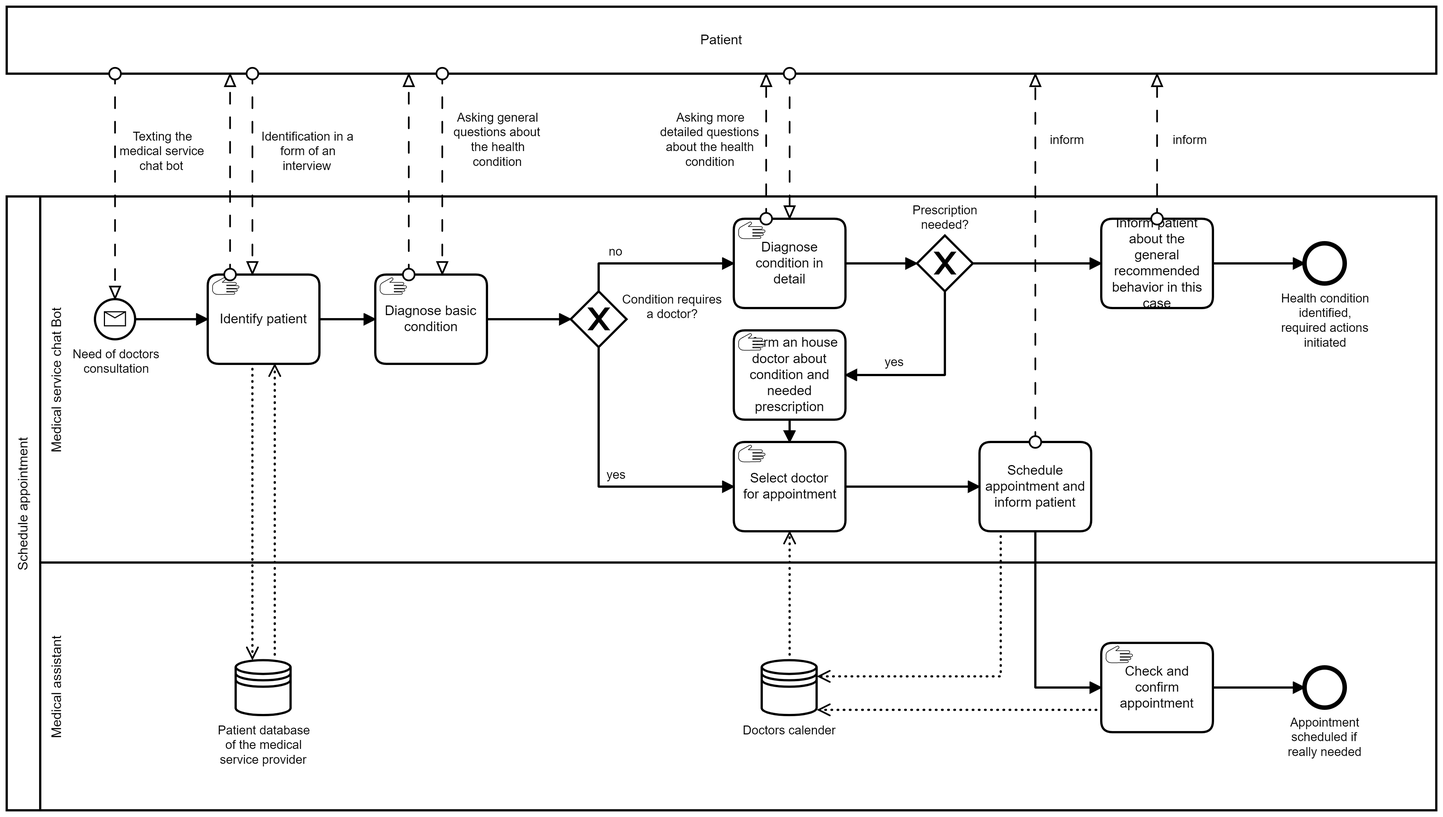
DigiBP/DigiBP_Burrata keeps this BPMN diagram as images/wiki/TO-BE_Process_first_contact.png. Above is the earlier version. Its source is kept beside it as TO-BE Process/TO-BE_Process_first_contact.bpmn. Ids are renumbered.
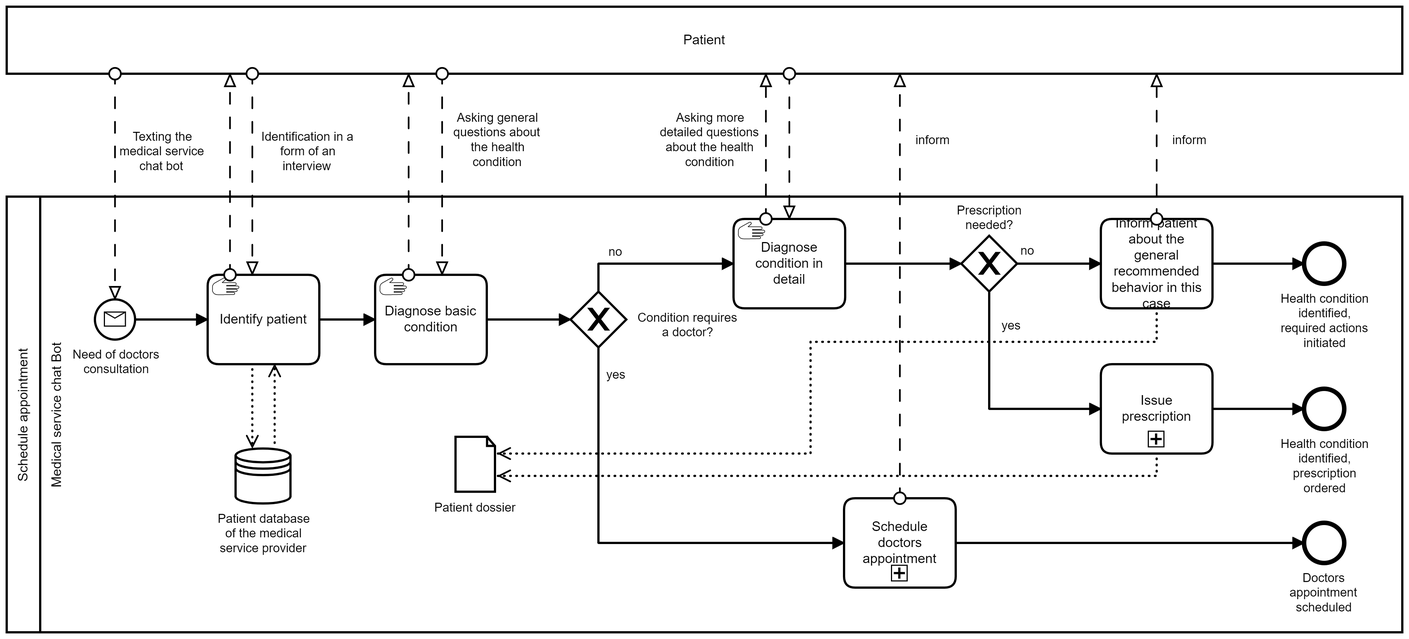
After the change.

Commit message:
to-be process after discussion

The edit, as a diff of the source:
```diff
@@ -10,7 +10,7 @@
     <bpmn:messageFlow id="MessageFlow_n14" name="Asking more detailed questions about the health condition" sourceRef="Task_n15" targetRef="Participant_n5" />
     <bpmn:messageFlow id="MessageFlow_n16" sourceRef="Participant_n5" targetRef="Task_n15" />
     <bpmn:messageFlow id="MessageFlow_n17" name="inform" sourceRef="Task_n18" targetRef="Participant_n5" />
-    <bpmn:messageFlow id="MessageFlow_n19" name="inform" sourceRef="Task_n20" targetRef="Participant_n5" />
+    <bpmn:messageFlow id="MessageFlow_n54" name="inform" sourceRef="Task_n55" targetRef="Participant_n5" />
   </bpmn:collaboration>
   <bpmn:process id="Process_n4" isExecutable="true">
     <bpmn:laneSet id="LaneSet_n21">
@@ -20,16 +20,13 @@
         <bpmn:flowNodeRef>ExclusiveGateway_n23</bpmn:flowNodeRef>
         <bpmn:flowNodeRef>StartEvent_n7</bpmn:flowNodeRef>
         <bpmn:flowNodeRef>Task_n15</bpmn:flowNodeRef>
-        <bpmn:flowNodeRef>Task_n24</bpmn:flowNodeRef>
         <bpmn:flowNodeRef>Task_n18</bpmn:flowNodeRef>
         <bpmn:flowNodeRef>EndEvent_n25</bpmn:flowNodeRef>
+        <bpmn:flowNodeRef>EndEvent_n56</bpmn:flowNodeRef>
         <bpmn:flowNodeRef>Task_n26</bpmn:flowNodeRef>
-        <bpmn:flowNodeRef>Task_n20</bpmn:flowNodeRef>
+        <bpmn:flowNodeRef>EndEvent_n57</bpmn:flowNodeRef>
         <bpmn:flowNodeRef>ExclusiveGateway_n27</bpmn:flowNodeRef>
-      </bpmn:lane>
-      <bpmn:lane id="Lane_n28" name="Medical assistant">
-        <bpmn:flowNodeRef>EndEvent_n29</bpmn:flowNodeRef>
-        <bpmn:flowNodeRef>Task_n30</bpmn:flowNodeRef>
+        <bpmn:flowNodeRef>Task_n55</bpmn:flowNodeRef>
       </bpmn:lane>
     </bpmn:laneSet>
     <bpmn:sequenceFlow id="SequenceFlow_n31" sourceRef="StartEvent_n7" targetRef="Task_n12" />
@@ -50,16 +47,12 @@
       <bpmn:incoming>SequenceFlow_n32</bpmn:incoming>
       <bpmn:outgoing>SequenceFlow_n37</bpmn:outgoing>
     </bpmn:manualTask>
-    <bpmn:sequenceFlow id="SequenceFlow_n38" sourceRef="Task_n24" targetRef="Task_n20" />
-    <bpmn:sequenceFlow id="SequenceFlow_n39" sourceRef="Task_n20" targetRef="Task_n30" />
-    <bpmn:sequenceFlow id="SequenceFlow_n40" sourceRef="Task_n30" targetRef="EndEvent_n29" />
     <bpmn:exclusiveGateway id="ExclusiveGateway_n23" name="Condition requires a doctor?">
       <bpmn:incoming>SequenceFlow_n37</bpmn:incoming>
-      <bpmn:outgoing>SequenceFlow_n41</bpmn:outgoing>
       <bpmn:outgoing>SequenceFlow_n42</bpmn:outgoing>
+      <bpmn:outgoing>SequenceFlow_n58</bpmn:outgoing>
     </bpmn:exclusiveGateway>
     <bpmn:sequenceFlow id="SequenceFlow_n37" sourceRef="Task_n9" targetRef="ExclusiveGateway_n23" />
-    <bpmn:sequenceFlow id="SequenceFlow_n41" name="yes" sourceRef="ExclusiveGateway_n23" targetRef="Task_n24" />
     <bpmn:startEvent id="StartEvent_n7" name="Need of doctors consultation">
       <bpmn:outgoing>SequenceFlow_n31</bpmn:outgoing>
       <bpmn:messageEventDefinition id="MessageEventDefinition_n43" />
@@ -71,62 +64,54 @@
     </bpmn:manualTask>
     <bpmn:sequenceFlow id="SequenceFlow_n44" sourceRef="Task_n15" targetRef="ExclusiveGateway_n27" />
     <bpmn:sequenceFlow id="SequenceFlow_n45" name="yes" sourceRef="ExclusiveGateway_n27" targetRef="Task_n26" />
-    <bpmn:sequenceFlow id="SequenceFlow_n46" sourceRef="ExclusiveGateway_n27" targetRef="Task_n18" />
-    <bpmn:dataStoreReference id="DataStoreReference_n35" name="Patient database of the medical service provider" />
-    <bpmn:manualTask id="Task_n24" name="Select doctor for appointment">
-      <bpmn:incoming>SequenceFlow_n41</bpmn:incoming>
-      <bpmn:incoming>SequenceFlow_n47</bpmn:incoming>
-      <bpmn:outgoing>SequenceFlow_n38</bpmn:outgoing>
-      <bpmn:property id="Property_n48" name="__targetRef_placeholder" />
-      <bpmn:dataInputAssociation id="DataInputAssociation_n49">
-        <bpmn:sourceRef>DataStoreReference_n50</bpmn:sourceRef>
-        <bpmn:targetRef>Property_n48</bpmn:targetRef>
-      </bpmn:dataInputAssociation>
-    </bpmn:manualTask>
-    <bpmn:sequenceFlow id="SequenceFlow_n47" sourceRef="Task_n26" targetRef="Task_n24" />
+    <bpmn:sequenceFlow id="SequenceFlow_n46" name="no" sourceRef="ExclusiveGateway_n27" targetRef="Task_n18" />
     <bpmn:task id="Task_n18" name="Inform patient about the general recommended behavior in this case">
       <bpmn:incoming>SequenceFlow_n46</bpmn:incoming>
       <bpmn:outgoing>SequenceFlow_n51</bpmn:outgoing>
+      <bpmn:dataOutputAssociation id="DataOutputAssociation_n59">
+        <bpmn:targetRef>DataObjectReference_n60</bpmn:targetRef>
+      </bpmn:dataOutputAssociation>
     </bpmn:task>
     <bpmn:endEvent id="EndEvent_n25" name="Health condition identified, required actions initiated">
       <bpmn:incoming>SequenceFlow_n51</bpmn:incoming>
     </bpmn:endEvent>
     <bpmn:sequenceFlow id="SequenceFlow_n51" sourceRef="Task_n18" targetRef="EndEvent_n25" />
-    <bpmn:endEvent id="EndEvent_n29" name="Appointment scheduled if really needed">
-      <bpmn:incoming>SequenceFlow_n40</bpmn:incoming>
+    <bpmn:sequenceFlow id="SequenceFlow_n61" sourceRef="Task_n26" targetRef="EndEvent_n56" />
+    <bpmn:endEvent id="EndEvent_n56" name="Health condition identified, prescription ordered">
+      <bpmn:incoming>SequenceFlow_n61</bpmn:incoming>
     </bpmn:endEvent>
-    <bpmn:manualTask id="Task_n26" name="Inform an house doctor about condition and needed prescription">
+    <bpmn:subProcess id="Task_n26" name="Issue prescription">
       <bpmn:incoming>SequenceFlow_n45</bpmn:incoming>
-      <bpmn:outgoing>SequenceFlow_n47</bpmn:outgoing>
-    </bpmn:manualTask>
-    <bpmn:task id="Task_n20" name="Schedule appointment and inform patient">
-      <bpmn:incoming>SequenceFlow_n38</bpmn:incoming>
-      <bpmn:outgoing>SequenceFlow_n39</bpmn:outgoing>
-      <bpmn:dataOutputAssociation id="DataOutputAssociation_n52">
-        <bpmn:targetRef>DataStoreReference_n50</bpmn:targetRef>
+      <bpmn:outgoing>SequenceFlow_n61</bpmn:outgoing>
+      <bpmn:dataOutputAssociation id="DataOutputAssociation_n62">
+        <bpmn:targetRef>DataObjectReference_n60</bpmn:targetRef>
       </bpmn:dataOutputAssociation>
-    </bpmn:task>
-    <bpmn:dataStoreReference id="DataStoreReference_n50" name="Doctors calender" />
+    </bpmn:subProcess>
+    <bpmn:sequenceFlow id="SequenceFlow_n58" name="yes" sourceRef="ExclusiveGateway_n23" targetRef="Task_n55" />
+    <bpmn:sequenceFlow id="SequenceFlow_n63" sourceRef="Task_n55" targetRef="EndEvent_n57" />
+    <bpmn:dataStoreReference id="DataStoreReference_n35" name="Patient database of the medical service provider" />
+    <bpmn:endEvent id="EndEvent_n57" name="Doctors appointment scheduled">
+      <bpmn:incoming>SequenceFlow_n63</bpmn:incoming>
+    </bpmn:endEvent>
     <bpmn:exclusiveGateway id="ExclusiveGateway_n27" name="Prescription needed?">
       <bpmn:incoming>SequenceFlow_n44</bpmn:incoming>
       <bpmn:outgoing>SequenceFlow_n45</bpmn:outgoing>
       <bpmn:outgoing>SequenceFlow_n46</bpmn:outgoing>
     </bpmn:exclusiveGateway>
-    <bpmn:manualTask id="Task_n30" name="Check and confirm appointment">
-      <bpmn:incoming>SequenceFlow_n39</bpmn:incoming>
-      <bpmn:outgoing>SequenceFlow_n40</bpmn:outgoing>
-      <bpmn:dataOutputAssociation id="DataOutputAssociation_n53">
-        <bpmn:targetRef>DataStoreReference_n50</bpmn:targetRef>
-      </bpmn:dataOutputAssociation>
-    </bpmn:manualTask>
+    <bpmn:subProcess id="Task_n55" name="Schedule doctors appointment">
+      <bpmn:incoming>SequenceFlow_n58</bpmn:incoming>
+      <bpmn:outgoing>SequenceFlow_n63</bpmn:outgoing>
+    </bpmn:subProcess>
+    <bpmn:dataObjectReference id="DataObjectReference_n60" name="Patient dossier" dataObjectRef="DataObject_n64" />
+    <bpmn:dataObject id="DataObject_n64" />
   </bpmn:process>
   <bpmndi:BPMNDiagram id="BPMNDiagram_1">
     <bpmndi:BPMNPlane id="BPMNPlane_1" bpmnElement="Collaboration_n2">
       <bpmndi:BPMNShape id="Participant_n3_di" bpmnElement="Participant_n3" isHorizontal="true">
-        <dc:Bounds x="160" y="250" width="1280" height="550" />
+        <dc:Bounds x="160" y="250" width="1250" height="390" />
       </bpmndi:BPMNShape>
       <bpmndi:BPMNShape id="Participant_n5_di" bpmnElement="Participant_n5" isHorizontal="true">
-        <dc:Bounds x="160" y="80" width="1280" height="60" />
+        <dc:Bounds x="160" y="80" width="1250" height="60" />
       </bpmndi:BPMNShape>
       <bpmndi:BPMNShape id="StartEvent_n7_di" bpmnElement="StartEvent_n7">
         <dc:Bounds x="239" y="342" width="36" height="36" />
@@ -142,10 +127,7 @@
         </bpmndi:BPMNLabel>
       </bpmndi:BPMNEdge>
       <bpmndi:BPMNShape id="Lane_n22_di" bpmnElement="Lane_n22" isHorizontal="true">
-        <dc:Bounds x="190" y="250" width="1250" height="328" />
-      </bpmndi:BPMNShape>
-      <bpmndi:BPMNShape id="Lane_n28_di" bpmnElement="Lane_n28" isHorizontal="true">
-        <dc:Bounds x="190" y="578" width="1250" height="222" />
+        <dc:Bounds x="190" y="250" width="1220" height="390" />
       </bpmndi:BPMNShape>
       <bpmndi:BPMNShape id="ManualTask_1gjhwwp_di" bpmnElement="Task_n12">
         <dc:Bounds x="340" y="320" width="100" height="80" />
@@ -161,22 +143,6 @@
         <di:waypoint x="440" y="360" />
         <di:waypoint x="490" y="360" />
       </bpmndi:BPMNEdge>
-      <bpmndi:BPMNShape id="ManualTask_0tfhvra_di" bpmnElement="Task_n24">
-        <dc:Bounds x="811" y="470" width="100" height="80" />
-      </bpmndi:BPMNShape>
-      <bpmndi:BPMNShape id="Task_n20_di" bpmnElement="Task_n20">
-        <dc:Bounds x="1031" y="470" width="100" height="80" />
-      </bpmndi:BPMNShape>
-      <bpmndi:BPMNEdge id="SequenceFlow_n38_di" bpmnElement="SequenceFlow_n38">
-        <di:waypoint x="911" y="510" />
-        <di:waypoint x="1031" y="510" />
-      </bpmndi:BPMNEdge>
-      <bpmndi:BPMNShape id="DataStoreReference_n50_di" bpmnElement="DataStoreReference_n50">
-        <dc:Bounds x="836" y="665" width="50" height="50" />
-        <bpmndi:BPMNLabel>
-          <dc:Bounds x="819" y="722" width="85" height="14" />
-        </bpmndi:BPMNLabel>
-      </bpmndi:BPMNShape>
       <bpmndi:BPMNEdge id="MessageFlow_n8_di" bpmnElement="MessageFlow_n8">
         <di:waypoint x="520" y="320" />
         <di:waypoint x="520" y="140" />
@@ -200,54 +166,28 @@
         <di:waypoint x="380" y="320" />
       </bpmndi:BPMNEdge>
       <bpmndi:BPMNShape id="DataStoreReference_n35_di" bpmnElement="DataStoreReference_n35">
-        <dc:Bounds x="365" y="665" width="50" height="50" />
+        <dc:Bounds x="365" y="475" width="50" height="50" />
         <bpmndi:BPMNLabel>
-          <dc:Bounds x="349" y="722" width="83" height="40" />
+          <dc:Bounds x="349" y="532" width="83" height="40" />
         </bpmndi:BPMNLabel>
       </bpmndi:BPMNShape>
       <bpmndi:BPMNEdge id="DataOutputAssociation_n36_di" bpmnElement="DataOutputAssociation_n36">
         <di:waypoint x="380" y="400" />
-        <di:waypoint x="380" y="665" />
+        <di:waypoint x="380" y="475" />
       </bpmndi:BPMNEdge>
       <bpmndi:BPMNEdge id="DataInputAssociation_n34_di" bpmnElement="DataInputAssociation_n34">
-        <di:waypoint x="400" y="665" />
+        <di:waypoint x="400" y="475" />
         <di:waypoint x="400" y="400" />
-      </bpmndi:BPMNEdge>
-      <bpmndi:BPMNShape id="ManualTask_02t8uai_di" bpmnElement="Task_n30">
-        <dc:Bounds x="1140" y="650" width="100" height="80" />
-      </bpmndi:BPMNShape>
-      <bpmndi:BPMNEdge id="SequenceFlow_n39_di" bpmnElement="SequenceFlow_n39">
-        <di:waypoint x="1081" y="550" />
-        <di:waypoint x="1081" y="690" />
-        <di:waypoint x="1140" y="690" />
-      </bpmndi:BPMNEdge>
-      <bpmndi:BPMNShape id="EndEvent_n29_di" bpmnElement="EndEvent_n29">
-        <dc:Bounds x="1322" y="672" width="36" height="36" />
-        <bpmndi:BPMNLabel>
-          <dc:Bounds x="1307" y="715" width="67" height="40" />
-        </bpmndi:BPMNLabel>
-      </bpmndi:BPMNShape>
-      <bpmndi:BPMNEdge id="SequenceFlow_n40_di" bpmnElement="SequenceFlow_n40">
-        <di:waypoint x="1240" y="690" />
-        <di:waypoint x="1322" y="690" />
       </bpmndi:BPMNEdge>
       <bpmndi:BPMNShape id="ExclusiveGateway_n23_di" bpmnElement="ExclusiveGateway_n23" isMarkerVisible="true">
         <dc:Bounds x="665" y="335" width="50" height="50" />
         <bpmndi:BPMNLabel>
-          <dc:Bounds x="711" y="335.5" width="90" height="27" />
+          <dc:Bounds x="725" y="352" width="90" height="27" />
         </bpmndi:BPMNLabel>
       </bpmndi:BPMNShape>
       <bpmndi:BPMNEdge id="SequenceFlow_n37_di" bpmnElement="SequenceFlow_n37">
         <di:waypoint x="590" y="360" />
         <di:waypoint x="665" y="360" />
-      </bpmndi:BPMNEdge>
-      <bpmndi:BPMNEdge id="SequenceFlow_n41_di" bpmnElement="SequenceFlow_n41">
-        <di:waypoint x="690" y="385" />
-        <di:waypoint x="690" y="510" />
-        <di:waypoint x="811" y="510" />
-        <bpmndi:BPMNLabel>
-          <dc:Bounds x="697" y="493" width="17" height="14" />
-        </bpmndi:BPMNLabel>
       </bpmndi:BPMNEdge>
       <bpmndi:BPMNEdge id="SequenceFlow_n42_di" bpmnElement="SequenceFlow_n42">
         <di:waypoint x="690" y="335" />
@@ -272,36 +212,32 @@
         <dc:Bounds x="811" y="270" width="100" height="80" />
       </bpmndi:BPMNShape>
       <bpmndi:BPMNShape id="ExclusiveGateway_n27_di" bpmnElement="ExclusiveGateway_n27" isMarkerVisible="true">
-        <dc:Bounds x="975" y="285" width="50" height="50" />
+        <dc:Bounds x="1015" y="285" width="50" height="50" />
         <bpmndi:BPMNLabel>
-          <dc:Bounds x="971" y="256" width="59" height="27" />
+          <dc:Bounds x="1011" y="256" width="59" height="27" />
         </bpmndi:BPMNLabel>
       </bpmndi:BPMNShape>
       <bpmndi:BPMNEdge id="SequenceFlow_n44_di" bpmnElement="SequenceFlow_n44">
         <di:waypoint x="911" y="310" />
-        <di:waypoint x="975" y="310" />
+        <di:waypoint x="1015" y="310" />
       </bpmndi:BPMNEdge>
       <bpmndi:BPMNEdge id="SequenceFlow_n45_di" bpmnElement="SequenceFlow_n45">
-        <di:waypoint x="1000" y="335" />
-        <di:waypoint x="1000" y="410" />
-        <di:waypoint x="911" y="410" />
+        <di:waypoint x="1040" y="335" />
+        <di:waypoint x="1040" y="440" />
+        <di:waypoint x="1140" y="440" />
         <bpmndi:BPMNLabel>
-          <dc:Bounds x="946" y="392" width="17" height="14" />
+          <dc:Bounds x="1051" y="359" width="17" height="14" />
         </bpmndi:BPMNLabel>
       </bpmndi:BPMNEdge>
-      <bpmndi:BPMNShape id="ManualTask_09ymo5h_di" bpmnElement="Task_n26">
-        <dc:Bounds x="811" y="370" width="100" height="80" />
-      </bpmndi:BPMNShape>
       <bpmndi:BPMNShape id="Task_n18_di" bpmnElement="Task_n18">
         <dc:Bounds x="1140" y="270" width="100" height="80" />
       </bpmndi:BPMNShape>
       <bpmndi:BPMNEdge id="SequenceFlow_n46_di" bpmnElement="SequenceFlow_n46">
-        <di:waypoint x="1025" y="310" />
+        <di:waypoint x="1065" y="310" />
         <di:waypoint x="1140" y="310" />
-      </bpmndi:BPMNEdge>
-      <bpmndi:BPMNEdge id="SequenceFlow_n47_di" bpmnElement="SequenceFlow_n47">
-        <di:waypoint x="861" y="450" />
-        <di:waypoint x="861" y="470" />
+        <bpmndi:BPMNLabel>
+          <dc:Bounds x="1068" y="292" width="13" height="14" />
+        </bpmndi:BPMNLabel>
       </bpmndi:BPMNEdge>
       <bpmndi:BPMNShape id="EndEvent_n25_di" bpmnElement="EndEvent_n25">
         <dc:Bounds x="1322" y="292" width="36" height="36" />
@@ -320,25 +256,64 @@
           <dc:Bounds x="1204" y="193" width="31" height="14" />
         </bpmndi:BPMNLabel>
       </bpmndi:BPMNEdge>
-      <bpmndi:BPMNEdge id="DataInputAssociation_n49_di" bpmnElement="DataInputAssociation_n49">
-        <di:waypoint x="861" y="665" />
-        <di:waypoint x="861" y="550" />
+      <bpmndi:BPMNShape id="EndEvent_n56_di" bpmnElement="EndEvent_n56">
+        <dc:Bounds x="1322" y="422" width="36" height="36" />
+        <bpmndi:BPMNLabel>
+          <dc:Bounds x="1301" y="465" width="79" height="53" />
+        </bpmndi:BPMNLabel>
+      </bpmndi:BPMNShape>
+      <bpmndi:BPMNEdge id="SequenceFlow_n61_di" bpmnElement="SequenceFlow_n61">
+        <di:waypoint x="1240" y="440" />
+        <di:waypoint x="1322" y="440" />
       </bpmndi:BPMNEdge>
-      <bpmndi:BPMNEdge id="DataOutputAssociation_n52_di" bpmnElement="DataOutputAssociation_n52">
-        <di:waypoint x="1050" y="550" />
-        <di:waypoint x="1050" y="680" />
-        <di:waypoint x="886" y="680" />
-      </bpmndi:BPMNEdge>
-      <bpmndi:BPMNEdge id="MessageFlow_n19_di" bpmnElement="MessageFlow_n19">
-        <di:waypoint x="1081" y="470" />
-        <di:waypoint x="1081" y="140" />
+      <bpmndi:BPMNShape id="SubProcess_1psozlh_di" bpmnElement="Task_n26">
+        <dc:Bounds x="1140" y="400" width="100" height="80" />
+      </bpmndi:BPMNShape>
+      <bpmndi:BPMNEdge id="SequenceFlow_n58_di" bpmnElement="SequenceFlow_n58">
+        <di:waypoint x="690" y="385" />
+        <di:waypoint x="690" y="560" />
+        <di:waypoint x="910" y="560" />
         <bpmndi:BPMNLabel>
-          <dc:Bounds x="1094" y="193" width="31" height="14" />
+          <dc:Bounds x="697" y="403" width="17" height="14" />
         </bpmndi:BPMNLabel>
       </bpmndi:BPMNEdge>
-      <bpmndi:BPMNEdge id="DataOutputAssociation_n53_di" bpmnElement="DataOutputAssociation_n53">
-        <di:waypoint x="1140" y="710" />
-        <di:waypoint x="886" y="710" />
+      <bpmndi:BPMNShape id="SubProcess_0dh4i2m_di" bpmnElement="Task_n55">
+        <dc:Bounds x="910" y="520" width="100" height="80" />
+      </bpmndi:BPMNShape>
+      <bpmndi:BPMNShape id="EndEvent_n57_di" bpmnElement="EndEvent_n57">
+        <dc:Bounds x="1322" y="542" width="36" height="36" />
+        <bpmndi:BPMNLabel>
+          <dc:Bounds x="1309" y="585" width="62" height="40" />
+        </bpmndi:BPMNLabel>
+      </bpmndi:BPMNShape>
+      <bpmndi:BPMNEdge id="SequenceFlow_n63_di" bpmnElement="SequenceFlow_n63">
+        <di:waypoint x="1010" y="560" />
+        <di:waypoint x="1322" y="560" />
+      </bpmndi:BPMNEdge>
+      <bpmndi:BPMNEdge id="MessageFlow_n54_di" bpmnElement="MessageFlow_n54">
+        <di:waypoint x="960" y="520" />
+        <di:waypoint x="960" y="140" />
+        <bpmndi:BPMNLabel>
+          <dc:Bounds x="974" y="193" width="31" height="14" />
+        </bpmndi:BPMNLabel>
+      </bpmndi:BPMNEdge>
+      <bpmndi:BPMNShape id="DataObjectReference_n60_di" bpmnElement="DataObjectReference_n60">
+        <dc:Bounds x="562" y="465" width="36" height="50" />
+        <bpmndi:BPMNLabel>
+          <dc:Bounds x="543" y="522" width="75" height="14" />
+        </bpmndi:BPMNLabel>
+      </bpmndi:BPMNShape>
+      <bpmndi:BPMNEdge id="DataOutputAssociation_n62_di" bpmnElement="DataOutputAssociation_n62">
+        <di:waypoint x="1190" y="480" />
+        <di:waypoint x="1190" y="500" />
+        <di:waypoint x="600" y="500" />
+      </bpmndi:BPMNEdge>
+      <bpmndi:BPMNEdge id="DataOutputAssociation_n59_di" bpmnElement="DataOutputAssociation_n59">
+        <di:waypoint x="1190" y="350" />
+        <di:waypoint x="1190" y="380" />
+        <di:waypoint x="880" y="380" />
+        <di:waypoint x="880" y="480" />
+        <di:waypoint x="600" y="480" />
       </bpmndi:BPMNEdge>
     </bpmndi:BPMNPlane>
   </bpmndi:BPMNDiagram>
```
